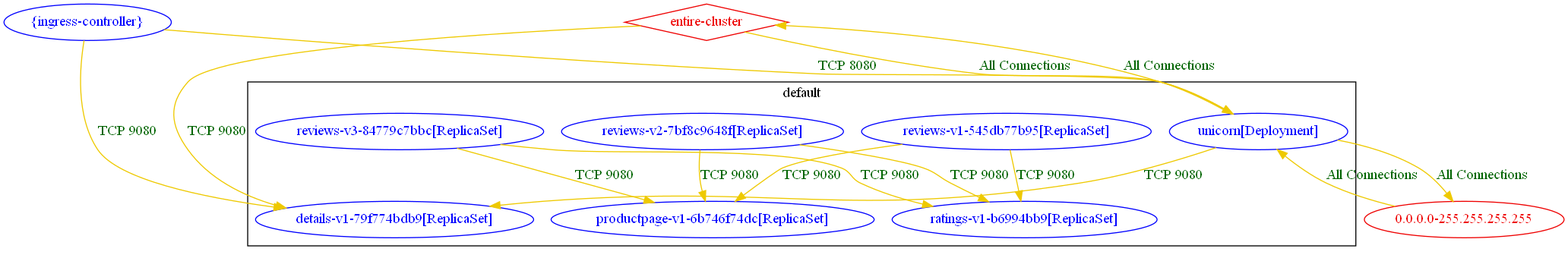
The Graphviz diagram test_outputs/connlist/exposure_k8s_ingress_test_new_connlist_output.dot.png in np-guard/netpol-analyzer, before a commit. Its source is kept beside it as test_outputs/connlist/exposure_k8s_ingress_test_new_connlist_output.dot.
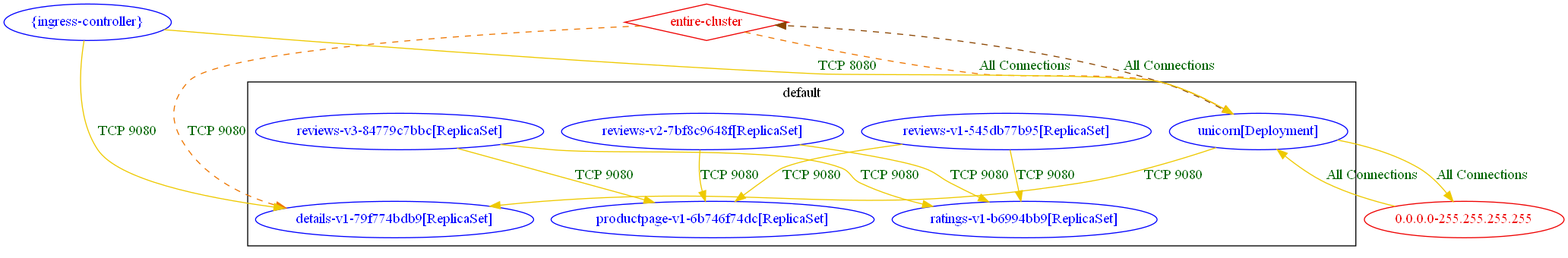
Above is the later version.

Diff of the diagram source:
```diff
@@ -23,9 +23,9 @@
 	"default/reviews-v3-84779c7bbc[ReplicaSet]" -> "default/ratings-v1-b6994bb9[ReplicaSet]" [label="TCP 9080" color="gold2" fontcolor="darkgreen"]
 	"default/unicorn[Deployment]" -> "0.0.0.0-255.255.255.255" [label="All Connections" color="gold2" fontcolor="darkgreen"]
 	"default/unicorn[Deployment]" -> "default/details-v1-79f774bdb9[ReplicaSet]" [label="TCP 9080" color="gold2" fontcolor="darkgreen"]
-	"default/unicorn[Deployment]" -> "entire-cluster" [label="All Connections" color="gold2" fontcolor="darkgreen" weight=0.5]
-	"entire-cluster" -> "default/details-v1-79f774bdb9[ReplicaSet]" [label="TCP 9080" color="gold2" fontcolor="darkgreen" weight=1]
-	"entire-cluster" -> "default/unicorn[Deployment]" [label="All Connections" color="gold2" fontcolor="darkgreen" weight=1]
+	"default/unicorn[Deployment]" -> "entire-cluster" [label="All Connections" color="darkorange4" fontcolor="darkgreen" weight=0.5 style=dashed]
+	"entire-cluster" -> "default/details-v1-79f774bdb9[ReplicaSet]" [label="TCP 9080" color="darkorange2" fontcolor="darkgreen" weight=1 style=dashed]
+	"entire-cluster" -> "default/unicorn[Deployment]" [label="All Connections" color="darkorange2" fontcolor="darkgreen" weight=1 style=dashed]
 	"{ingress-controller}" -> "default/details-v1-79f774bdb9[ReplicaSet]" [label="TCP 9080" color="gold2" fontcolor="darkgreen"]
 	"{ingress-controller}" -> "default/unicorn[Deployment]" [label="TCP 8080" color="gold2" fontcolor="darkgreen"]
 }
```
